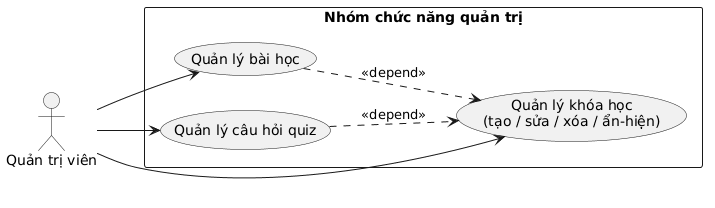
Above: BaoCaoDATN/Hinhve/usecase-admin.png in anybody1234/DATN1 (PlantUML), before the change. The source it was exported from:
```plantuml
@startuml
left to right direction
skinparam packageStyle rectangle

actor "Quản trị viên" as QTV

rectangle "Nhóm chức năng quản trị" {
  usecase "Quản lý khóa học\n(tạo / sửa / xóa / ẩn-hiện)" as UC1
  usecase "Quản lý bài học" as UC2
  usecase "Quản lý câu hỏi quiz" as UC3
}

QTV --> UC1
QTV --> UC2
QTV --> UC3
UC2 ..> UC1 : <<depend>>
UC3 ..> UC1 : <<depend>>
@enduml
```
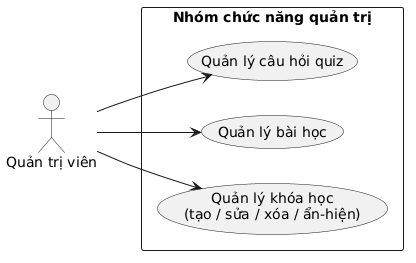
After the commit.

What changed in the source:
```diff
@@ -13,6 +13,4 @@
 QTV --> UC1
 QTV --> UC2
 QTV --> UC3
-UC2 ..> UC1 : <<depend>>
-UC3 ..> UC1 : <<depend>>
 @enduml
```
